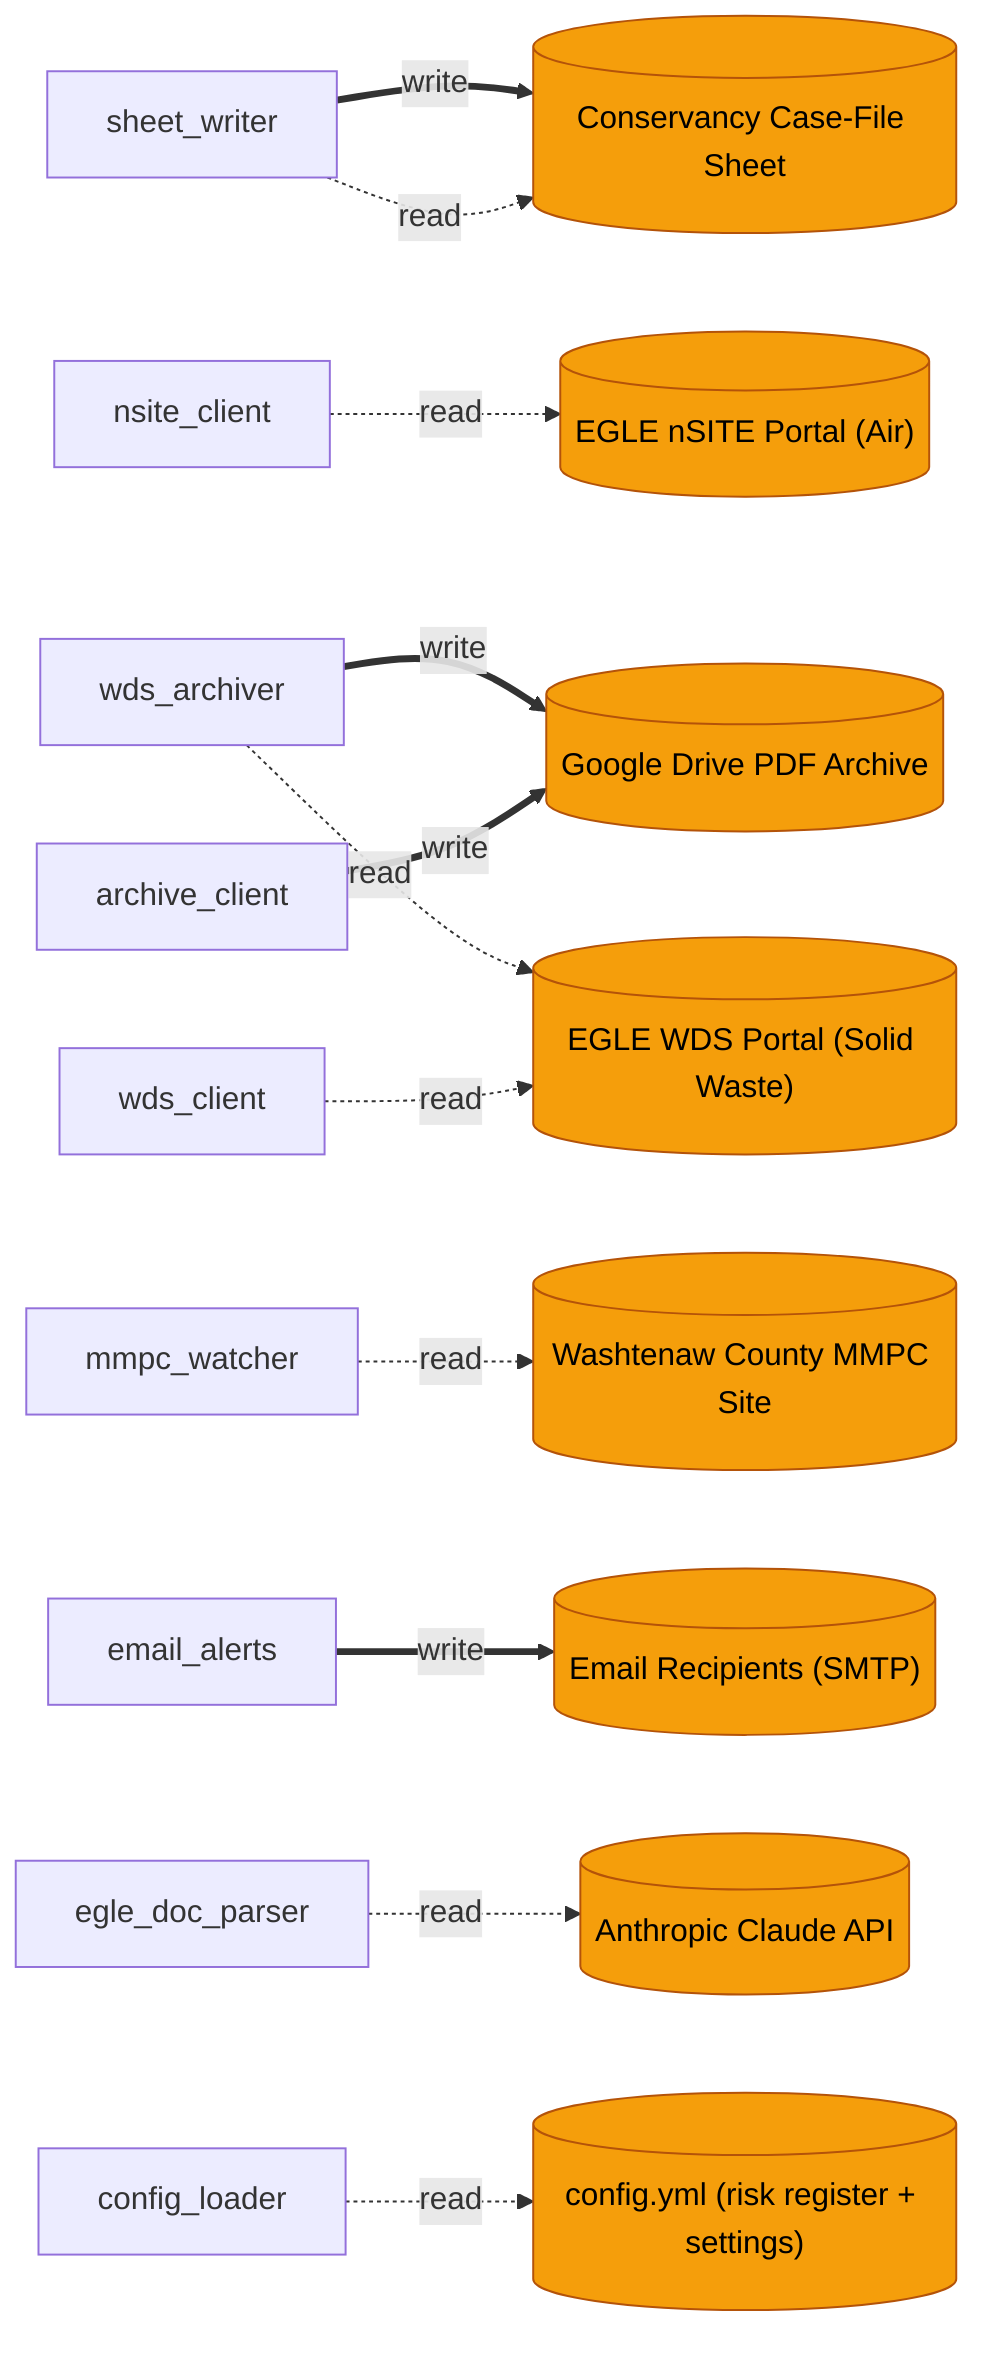
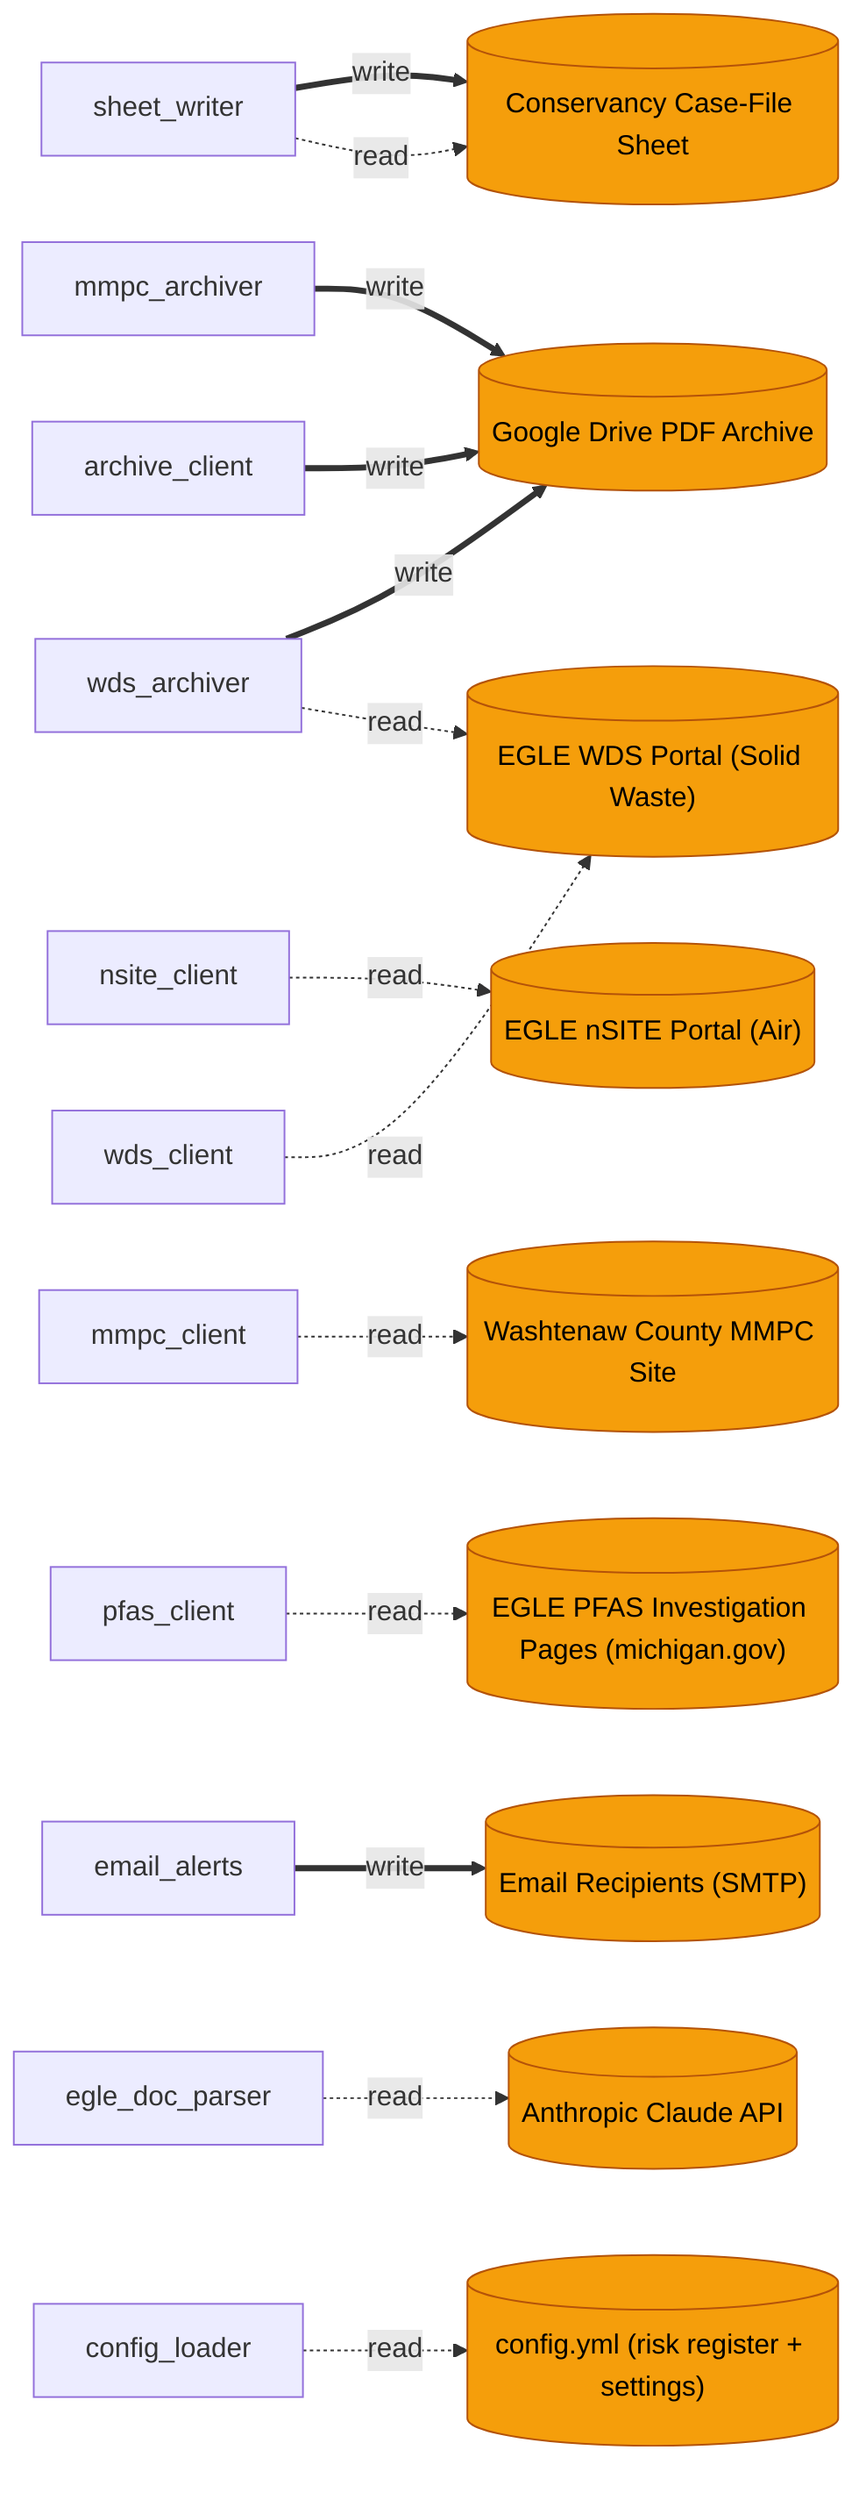
graph LR
  %% program -> data store lineage; dotted = read, bold = write
  ds_conservancy_sheet[("Conservancy Case-File Sheet")]
  ds_drive_archive[("Google Drive PDF Archive")]
  ds_nsite[("EGLE nSITE Portal (Air)")]
  ds_wds[("EGLE WDS Portal (Solid Waste)")]
  ds_mmpc[("Washtenaw County MMPC Site")]
+   ds_pfas[("EGLE PFAS Investigation Pages (michigan.gov)")]
  ds_smtp[("Email Recipients (SMTP)")]
  ds_anthropic[("Anthropic Claude API")]
  ds_config[("config.yml (risk register + settings)")]
  sheet_writer["sheet_writer"]
  sheet_writer -. read .-> ds_conservancy_sheet
  sheet_writer ==>|write| ds_conservancy_sheet
  archive_client["archive_client"]
  archive_client ==>|write| ds_drive_archive
  nsite_client["nsite_client"]
  nsite_client -. read .-> ds_nsite
  wds_client["wds_client"]
  wds_client -. read .-> ds_wds
-   mmpc_watcher["mmpc_watcher"]
-   mmpc_watcher -. read .-> ds_mmpc
+   mmpc_client["mmpc_client"]
+   mmpc_client -. read .-> ds_mmpc
+   pfas_client["pfas_client"]
+   pfas_client -. read .-> ds_pfas
  email_alerts["email_alerts"]
  email_alerts ==>|write| ds_smtp
  egle_doc_parser["egle_doc_parser"]
  egle_doc_parser -. read .-> ds_anthropic
  config_loader["config_loader"]
  config_loader -. read .-> ds_config
  wds_archiver["wds_archiver"]
  wds_archiver -. read .-> ds_wds
  wds_archiver ==>|write| ds_drive_archive
+   mmpc_archiver["mmpc_archiver"]
+   mmpc_archiver ==>|write| ds_drive_archive
  style ds_conservancy_sheet fill:#f59e0b,color:#000,stroke:#b45309
  style ds_drive_archive fill:#f59e0b,color:#000,stroke:#b45309
  style ds_nsite fill:#f59e0b,color:#000,stroke:#b45309
  style ds_wds fill:#f59e0b,color:#000,stroke:#b45309
  style ds_mmpc fill:#f59e0b,color:#000,stroke:#b45309
+   style ds_pfas fill:#f59e0b,color:#000,stroke:#b45309
  style ds_smtp fill:#f59e0b,color:#000,stroke:#b45309
  style ds_anthropic fill:#f59e0b,color:#000,stroke:#b45309
  style ds_config fill:#f59e0b,color:#000,stroke:#b45309
